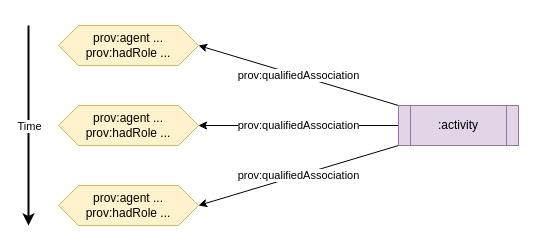
Earlier version of the draw.io diagram img/agents.drawio (swiss/paf-link). Source tidied: cells renumbered, new cells numbered last; positions are measured from the earlier drawing's top-left corner, leaving out a move shared by most shapes. Both pictures are drawn from the tidied source at 100%, with x=0, y=0 at pixel (28, 25).
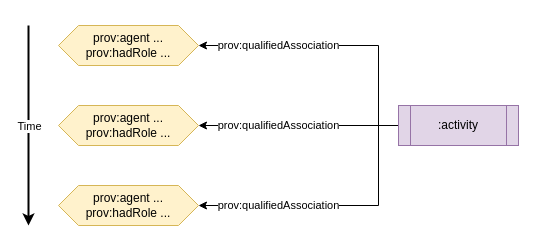
The same page after the edit.

Commit message (it also covers changes not shown here):
change agents figure

Change to the diagram source:
```diff
@@
 <mxGraphModel>
   <root>
     <mxCell id="0" />
     <mxCell id="1" parent="0" />
-    <mxCell id="2" value="prov:qualifiedAssociation" style="edgeStyle=none;rounded=0;html=1;exitX=0;exitY=0;exitDx=0;exitDy=0;entryX=1;entryY=0.5;entryDx=0;entryDy=0;" parent="1" edge="1" source="5" target="8">
-      <mxGeometry relative="1" as="geometry" />
+    <mxCell id="2" value="prov:qualifiedAssociation" style="edgeStyle=orthogonalEdgeStyle;rounded=0;html=1;exitX=0;exitY=0.5;exitDx=0;exitDy=0;entryX=1;entryY=0.5;entryDx=0;entryDy=0;" parent="1" edge="1" source="5" target="8">
+      <mxGeometry x="0.43" relative="1" as="geometry">
+        <Array as="points">
+          <mxPoint x="350" y="100" />
+          <mxPoint x="350" y="20" />
+        </Array>
+      </mxGeometry>
     </mxCell>
-    <mxCell id="3" value="prov:qualifiedAssociation" style="edgeStyle=none;rounded=0;html=1;exitX=0;exitY=1;exitDx=0;exitDy=0;entryX=1;entryY=0.5;entryDx=0;entryDy=0;" parent="1" edge="1" source="5" target="9">
-      <mxGeometry relative="1" as="geometry" />
+    <mxCell id="3" value="prov:qualifiedAssociation" style="edgeStyle=orthogonalEdgeStyle;rounded=0;html=1;exitX=0;exitY=0.5;exitDx=0;exitDy=0;entryX=1;entryY=0.5;entryDx=0;entryDy=0;" parent="1" edge="1" source="5" target="9">
+      <mxGeometry x="0.43" relative="1" as="geometry">
+        <Array as="points">
+          <mxPoint x="350" y="100" />
+          <mxPoint x="350" y="180" />
+        </Array>
+      </mxGeometry>
     </mxCell>
     <mxCell id="4" value="prov:qualifiedAssociation" style="edgeStyle=none;rounded=0;html=1;exitX=0;exitY=0.5;exitDx=0;exitDy=0;entryX=1;entryY=0.5;entryDx=0;entryDy=0;" parent="1" edge="1" source="5" target="10">
-      <mxGeometry relative="1" as="geometry" />
+      <mxGeometry x="0.2" relative="1" as="geometry" />
     </mxCell>
     <mxCell id="5" value=":activity" style="shape=process;whiteSpace=wrap;html=1;backgroundOutline=1;fillColor=#e1d5e7;strokeColor=#9673a6;" parent="1" vertex="1">
       <mxGeometry x="370" y="80" width="120" height="40" as="geometry" />
     </mxCell>
     <mxCell id="6" style="endArrow=classic;html=1;strokeWidth=2;" parent="1" edge="1">
       <mxGeometry relative="1" as="geometry">
         <mxPoint as="sourcePoint" />
         <mxPoint y="200" as="targetPoint" />
       </mxGeometry>
     </mxCell>
     <mxCell id="7" value="Time" style="edgeLabel;html=1;align=center;verticalAlign=middle;" parent="6" vertex="1">
       <mxGeometry relative="1" as="geometry" />
     </mxCell>
     <mxCell id="8" value="prov:agent ...&lt;br&gt;prov:hadRole ..." style="shape=hexagon;perimeter=hexagonPerimeter2;whiteSpace=wrap;html=1;fixedSize=1;fillColor=#fff2cc;strokeColor=#d6b656;" parent="1" vertex="1">
       <mxGeometry x="30" width="140" height="40" as="geometry" />
     </mxCell>
     <mxCell id="9" value="prov:agent ...&lt;br&gt;prov:hadRole ..." style="shape=hexagon;perimeter=hexagonPerimeter2;whiteSpace=wrap;html=1;fixedSize=1;fillColor=#fff2cc;strokeColor=#d6b656;" parent="1" vertex="1">
       <mxGeometry x="30" y="160" width="140" height="40" as="geometry" />
     </mxCell>
     <mxCell id="10" value="prov:agent ...&lt;br&gt;prov:hadRole ..." style="shape=hexagon;perimeter=hexagonPerimeter2;whiteSpace=wrap;html=1;fixedSize=1;fillColor=#fff2cc;strokeColor=#d6b656;" parent="1" vertex="1">
       <mxGeometry x="30" y="80" width="140" height="40" as="geometry" />
     </mxCell>
   </root>
 </mxGraphModel>
```
